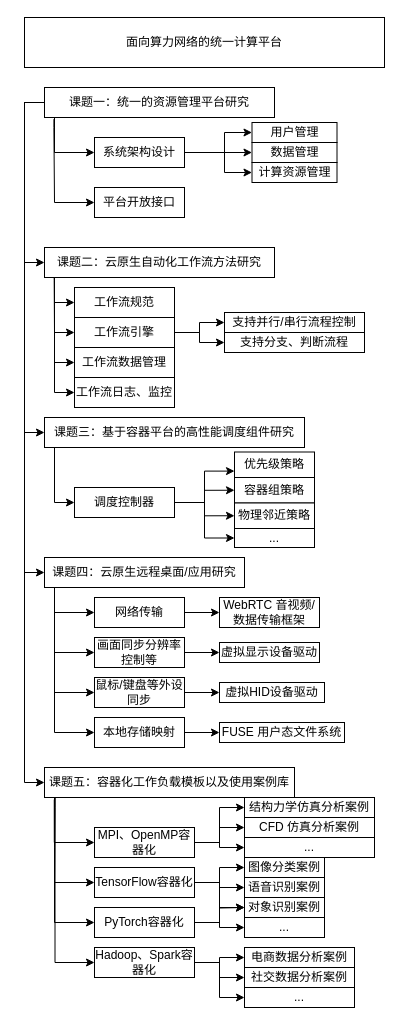
Before: page "第 2 页" (2 of 3) of suanflow.drawio in Fruneng/drawio-storage, a draw.io diagram. Source tidied: cells renumbered, new cells numbered last; positions are measured from the earlier drawing's top-left corner, leaving out a move shared by most shapes. Both pictures are drawn from the tidied source at 100%, with x=0, y=0 at pixel (24, 17).
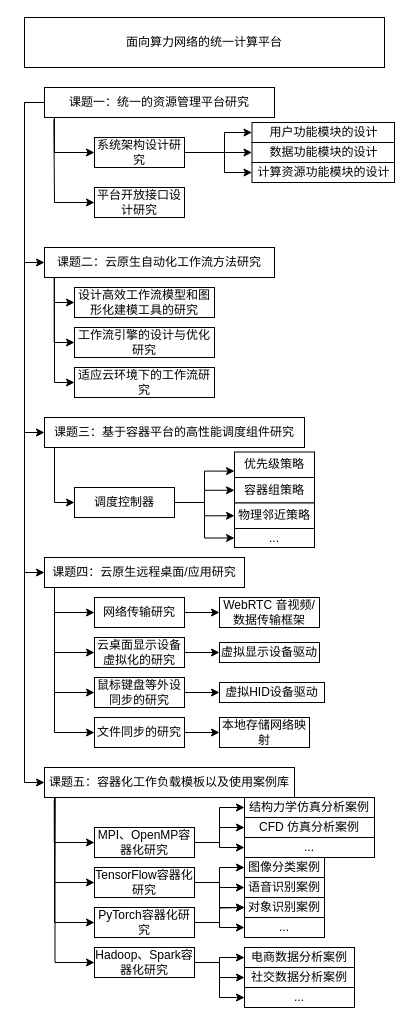
The same page after the edit.

The change refers to these unchanged cells:
```xml
<mxCell id="7" value="课题二：云原生自动化工作流方法研究" style="rounded=0;whiteSpace=wrap;html=1;" parent="1" vertex="1">
  <mxGeometry x="20" y="230" width="230" height="30" as="geometry" />
</mxCell>
```

Change to the diagram source:
```diff
@@
-    <mxCell id="16" value="MPI、OpenMP容器化" style="rounded=0;whiteSpace=wrap;html=1;" parent="1" vertex="1">
+    <mxCell id="16" value="MPI、OpenMP容器化研究" style="rounded=0;whiteSpace=wrap;html=1;" parent="1" vertex="1">
       <mxGeometry x="70" y="810" width="100" height="30" as="geometry" />
     </mxCell>
@@
-    <mxCell id="21" value="TensorFlow容器化" style="rounded=0;whiteSpace=wrap;html=1;" parent="1" vertex="1">
+    <mxCell id="21" value="TensorFlow容器化研究" style="rounded=0;whiteSpace=wrap;html=1;" parent="1" vertex="1">
       <mxGeometry x="70" y="850" width="100" height="30" as="geometry" />
     </mxCell>
@@
-    <mxCell id="23" value="PyTorch容器化" style="rounded=0;whiteSpace=wrap;html=1;" parent="1" vertex="1">
+    <mxCell id="23" value="PyTorch容器化研究" style="rounded=0;whiteSpace=wrap;html=1;" parent="1" vertex="1">
       <mxGeometry x="70" y="890" width="100" height="30" as="geometry" />
     </mxCell>
@@
-    <mxCell id="27" value="Hadoop、Spark容器化" style="rounded=0;whiteSpace=wrap;html=1;" parent="1" vertex="1">
+    <mxCell id="27" value="Hadoop、Spark容器化研究" style="rounded=0;whiteSpace=wrap;html=1;" parent="1" vertex="1">
       <mxGeometry x="70" y="930" width="100" height="30" as="geometry" />
     </mxCell>
@@
-    <mxCell id="39" value="工作流规范" style="rounded=0;whiteSpace=wrap;html=1;" parent="1" vertex="1">
-      <mxGeometry x="50" y="270" width="100" height="30" as="geometry" />
+    <mxCell id="39" value="设计高效工作流模型和图形化建模工具的研究&lt;span id=&quot;docs-internal-guid-376ce37a-7fff-ee3a-2dc1-978f2dc5cbd5&quot;&gt;&lt;/span&gt;&lt;span id=&quot;docs-internal-guid-e6472341-7fff-9afc-d7db-7e186d486a72&quot;&gt;&lt;/span&gt;&lt;span id=&quot;docs-internal-guid-e6472341-7fff-9afc-d7db-7e186d486a72&quot;&gt;&lt;/span&gt;" style="rounded=0;whiteSpace=wrap;html=1;" parent="1" vertex="1">
+      <mxGeometry x="50" y="270" width="140" height="30" as="geometry" />
     </mxCell>
-    <mxCell id="40" style="edgeStyle=orthogonalEdgeStyle;rounded=0;jettySize=auto;html=1;entryX=0;entryY=0.5;entryDx=0;entryDy=0;" parent="1" edge="1" source="42" target="44">
-      <mxGeometry relative="1" as="geometry" />
-    </mxCell>
-    <mxCell id="41" style="edgeStyle=orthogonalEdgeStyle;rounded=0;jettySize=auto;html=1;entryX=0;entryY=0.5;entryDx=0;entryDy=0;" parent="1" edge="1" source="42" target="45">
-      <mxGeometry relative="1" as="geometry" />
-    </mxCell>
-    <mxCell id="42" value="工作流引擎" style="rounded=0;whiteSpace=wrap;html=1;" parent="1" vertex="1">
-      <mxGeometry x="50" y="300" width="100" height="30" as="geometry" />
+    <mxCell id="42" value="工作流引擎的设计与优化研究" style="rounded=0;whiteSpace=wrap;html=1;" parent="1" vertex="1">
+      <mxGeometry x="50" y="310" width="140" height="30" as="geometry" />
     </mxCell>
     <mxCell id="43" style="edgeStyle=orthogonalEdgeStyle;rounded=0;jettySize=auto;html=1;entryX=0;entryY=0.5;entryDx=0;entryDy=0;exitX=0.042;exitY=1.015;exitDx=0;exitDy=0;exitPerimeter=0;" parent="1" edge="1" source="7" target="42">
       <mxGeometry relative="1" as="geometry">
         <Array as="points">
-          <mxPoint x="30" y="263" />
-          <mxPoint x="30" y="263" />
-          <mxPoint x="30" y="315" />
+          <mxPoint x="30" y="325" />
         </Array>
       </mxGeometry>
     </mxCell>
-    <mxCell id="44" value="支持并行/串行流程控制" style="rounded=0;whiteSpace=wrap;html=1;" parent="1" vertex="1">
-      <mxGeometry x="200" y="295" width="140" height="20" as="geometry" />
-    </mxCell>
-    <mxCell id="45" value="支持分支、判断流程" style="rounded=0;whiteSpace=wrap;html=1;" parent="1" vertex="1">
-      <mxGeometry x="200" y="315" width="140" height="20" as="geometry" />
-    </mxCell>
@@
-    <mxCell id="48" value="用户管理" style="rounded=0;whiteSpace=wrap;html=1;" parent="1" vertex="1">
-      <mxGeometry x="227.5" y="105" width="85" height="20" as="geometry" />
+    <mxCell id="48" value="用户功能模块的设计" style="rounded=0;whiteSpace=wrap;html=1;" parent="1" vertex="1">
+      <mxGeometry x="227.5" y="105" width="142.5" height="20" as="geometry" />
     </mxCell>
-    <mxCell id="49" value="数据管理" style="rounded=0;whiteSpace=wrap;html=1;" parent="1" vertex="1">
-      <mxGeometry x="227.5" y="125" width="85" height="20" as="geometry" />
+    <mxCell id="49" value="数据功能模块的设计" style="rounded=0;whiteSpace=wrap;html=1;" parent="1" vertex="1">
+      <mxGeometry x="227.5" y="125" width="142.5" height="20" as="geometry" />
     </mxCell>
-    <mxCell id="50" value="工作流日志、监控" style="rounded=0;whiteSpace=wrap;html=1;" parent="1" vertex="1">
-      <mxGeometry x="50" y="360" width="100" height="30" as="geometry" />
-    </mxCell>
-    <mxCell id="51" style="edgeStyle=orthogonalEdgeStyle;rounded=0;jettySize=auto;html=1;entryX=0;entryY=0.5;entryDx=0;entryDy=0;" parent="1" edge="1" target="50">
-      <mxGeometry relative="1" as="geometry">
-        <mxPoint x="30" y="260" as="sourcePoint" />
-        <Array as="points">
-          <mxPoint x="30" y="375" />
-        </Array>
-      </mxGeometry>
-    </mxCell>
-    <mxCell id="52" value="工作流数据管理" style="rounded=0;whiteSpace=wrap;html=1;" parent="1" vertex="1">
-      <mxGeometry x="50" y="330" width="100" height="30" as="geometry" />
+    <mxCell id="52" value="适应云环境下的工作流研究&lt;span id=&quot;docs-internal-guid-26f38f4b-7fff-d8a7-e824-46b83b74b85e&quot;&gt;&lt;/span&gt;" style="rounded=0;whiteSpace=wrap;html=1;" parent="1" vertex="1">
+      <mxGeometry x="50" y="350" width="140" height="30" as="geometry" />
     </mxCell>
     <mxCell id="53" style="edgeStyle=orthogonalEdgeStyle;rounded=0;jettySize=auto;html=1;entryX=0;entryY=0.5;entryDx=0;entryDy=0;" parent="1" edge="1" target="52">
       <mxGeometry relative="1" as="geometry">
         <mxPoint x="30" y="260" as="sourcePoint" />
         <Array as="points">
-          <mxPoint x="30" y="345" />
+          <mxPoint x="30" y="365" />
         </Array>
       </mxGeometry>
     </mxCell>
-    <mxCell id="54" value="计算资源管理" style="rounded=0;whiteSpace=wrap;html=1;" parent="1" vertex="1">
-      <mxGeometry x="227.5" y="145" width="85" height="20" as="geometry" />
+    <mxCell id="54" value="计算资源功能模块的设计" style="rounded=0;whiteSpace=wrap;html=1;" parent="1" vertex="1">
+      <mxGeometry x="227.5" y="145" width="142.5" height="20" as="geometry" />
     </mxCell>
@@
-    <mxCell id="66" value="系统架构设计" style="rounded=0;whiteSpace=wrap;html=1;" parent="1" vertex="1">
+    <mxCell id="66" value="系统架构设计研究" style="rounded=0;whiteSpace=wrap;html=1;" parent="1" vertex="1">
       <mxGeometry x="70" y="120" width="90" height="30" as="geometry" />
     </mxCell>
-    <mxCell id="67" value="平台开放接口" style="rounded=0;whiteSpace=wrap;html=1;" parent="1" vertex="1">
+    <mxCell id="67" value="平台开放接口设计研究" style="rounded=0;whiteSpace=wrap;html=1;" parent="1" vertex="1">
       <mxGeometry x="70" y="170" width="90" height="30" as="geometry" />
     </mxCell>
@@
-    <mxCell id="75" value="画面同步分辨率控制等" style="rounded=0;whiteSpace=wrap;html=1;" parent="1" vertex="1">
+    <mxCell id="75" value="云桌面显示设备虚拟化的研究&lt;span id=&quot;docs-internal-guid-653cfe42-7fff-18eb-2245-1617a34ee3e5&quot;&gt;&lt;/span&gt;" style="rounded=0;whiteSpace=wrap;html=1;" parent="1" vertex="1">
       <mxGeometry x="70" y="620" width="90" height="30" as="geometry" />
     </mxCell>
@@
-    <mxCell id="77" value="鼠标/键盘等外设同步" style="rounded=0;whiteSpace=wrap;html=1;" parent="1" vertex="1">
+    <mxCell id="77" value="鼠标键盘等外设同步的研究&lt;span id=&quot;docs-internal-guid-f2a626dc-7fff-7608-c627-aba9ff9e0286&quot;&gt;&lt;/span&gt;" style="rounded=0;whiteSpace=wrap;html=1;" parent="1" vertex="1">
       <mxGeometry x="70" y="660" width="90" height="30" as="geometry" />
     </mxCell>
@@
-    <mxCell id="79" style="edgeStyle=orthogonalEdgeStyle;rounded=0;jettySize=auto;html=1;" parent="1" edge="1" source="80" target="84">
+    <mxCell id="79" style="edgeStyle=orthogonalEdgeStyle;rounded=0;jettySize=auto;html=1;entryX=0;entryY=0.5;entryDx=0;entryDy=0;" parent="1" edge="1" source="80" target="89">
       <mxGeometry relative="1" as="geometry" />
     </mxCell>
-    <mxCell id="80" value="本地存储映射" style="rounded=0;whiteSpace=wrap;html=1;" parent="1" vertex="1">
+    <mxCell id="80" value="文件同步的研究" style="rounded=0;whiteSpace=wrap;html=1;" parent="1" vertex="1">
       <mxGeometry x="70" y="700" width="90" height="30" as="geometry" />
     </mxCell>
@@
-    <mxCell id="84" value="FUSE 用户态文件系统" style="rounded=0;whiteSpace=wrap;html=1;" parent="1" vertex="1">
-      <mxGeometry x="195" y="705" width="125" height="20" as="geometry" />
-    </mxCell>
@@
-    <mxCell id="86" value="网络传输" style="rounded=0;whiteSpace=wrap;html=1;" parent="1" vertex="1">
+    <mxCell id="86" value="网络传输研究" style="rounded=0;whiteSpace=wrap;html=1;" parent="1" vertex="1">
       <mxGeometry x="70" y="580" width="90" height="30" as="geometry" />
     </mxCell>
@@
+    <mxCell id="89" value="本地存储网络映射" style="rounded=0;whiteSpace=wrap;html=1;" parent="1" vertex="1">
+      <mxGeometry x="195" y="700" width="90" height="30" as="geometry" />
+    </mxCell>
```
